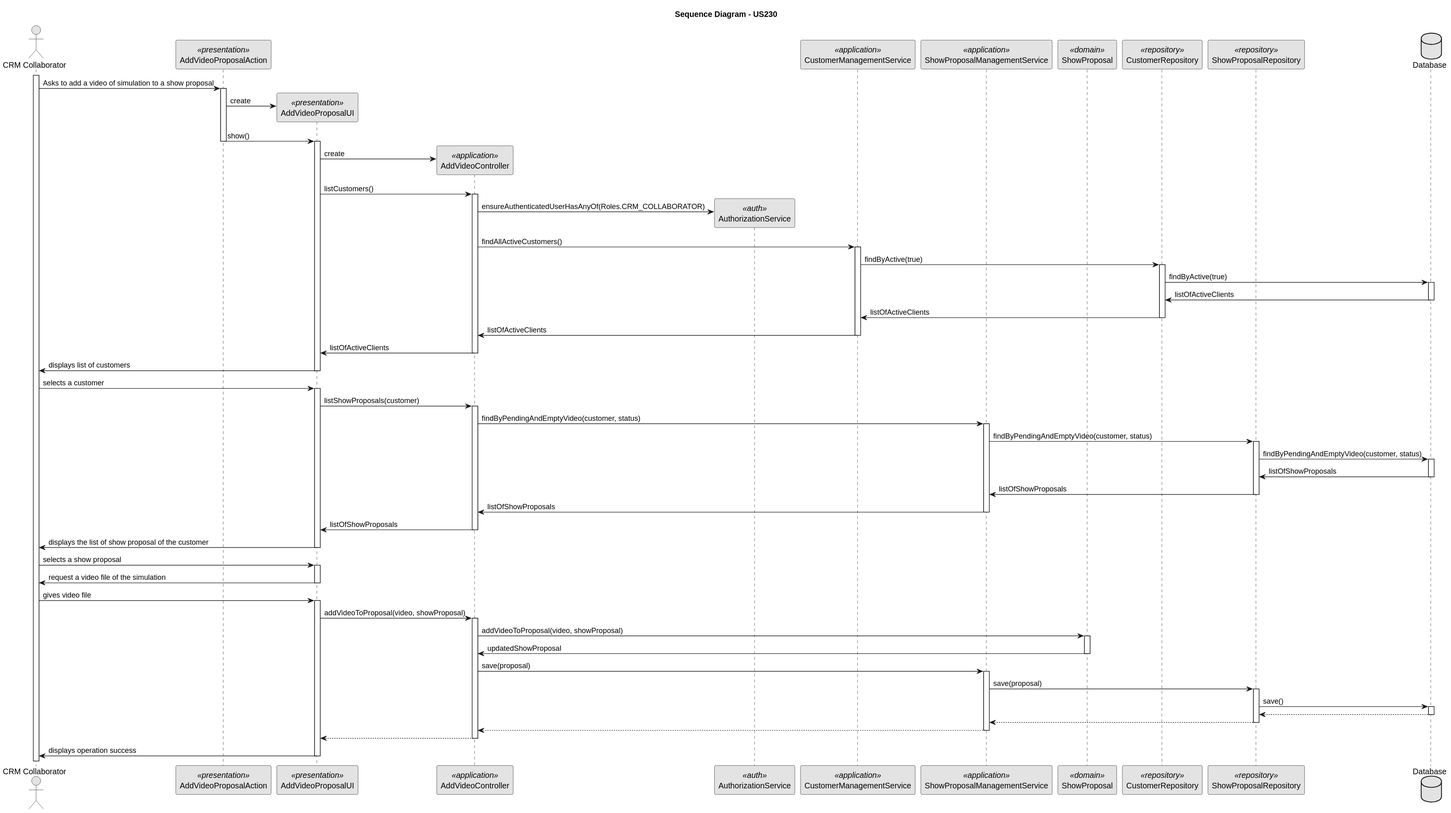
This is docs/Sprint3/us_315/images/sequence-diagram-US315.svg from rubenFreitas1/ISEP-LAPR4-2024-2025, a PlantUML export, as it was before one commit.
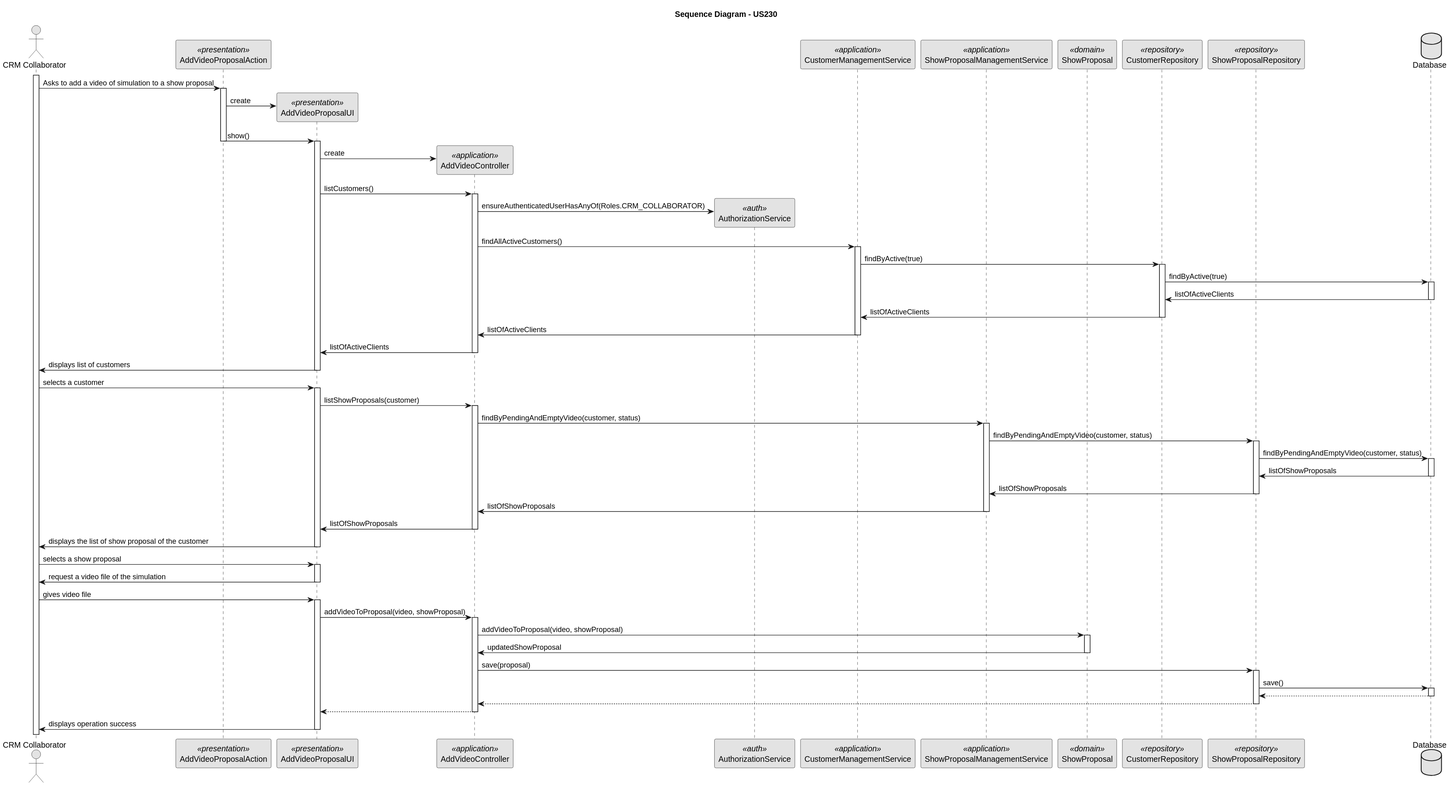
After the change.

Change to the diagram source:
```diff
@@ -104,23 +104,17 @@
                 ShowProposal -> CTRL : updatedShowProposal
             deactivate ShowProposal
 
-            CTRL -> ShowProposalManagementService : save(proposal)
-            activate ShowProposalManagementService
+            CTRL -> ShowProposalRepository : save(proposal)
+            activate ShowProposalRepository
 
-                ShowProposalManagementService -> ShowProposalRepository : save(proposal)
-                activate ShowProposalRepository
+                ShowProposalRepository -> Database : save()
+                activate Database
 
-                    ShowProposalRepository -> Database : save()
-                    activate Database
+                    Database --> ShowProposalRepository :
+                deactivate Database
 
-                        Database --> ShowProposalRepository :
-                    deactivate Database
-
-                    ShowProposalRepository --> ShowProposalManagementService :
-                deactivate ShowProposalRepository
-
-                ShowProposalManagementService --> CTRL :
-            deactivate ShowProposalManagementService
+                ShowProposalRepository --> CTRL :
+            deactivate ShowProposalRepository
 
             CTRL --> UI :
         deactivate CTRL
```
